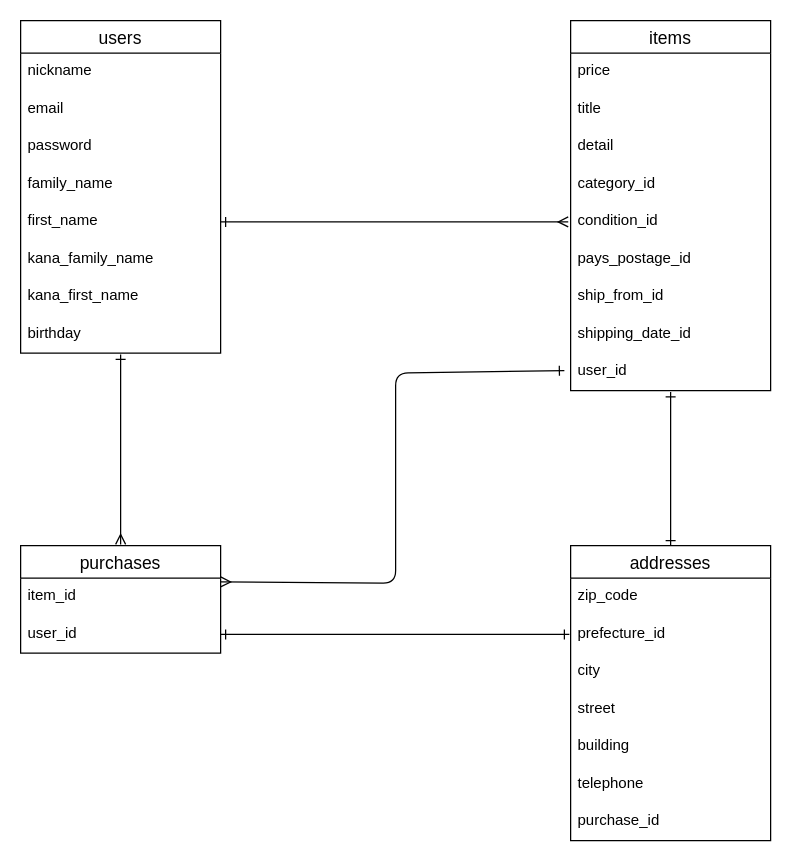
Above: ER.dio in absurpone/furima-34483 (draw.io), before the change. Source tidied: cells renumbered, new cells numbered last; positions are measured from the earlier drawing's top-left corner, leaving out a move shared by most shapes. Both pictures are drawn from the tidied source at 125%, with x=0, y=0 at pixel (20, 20).
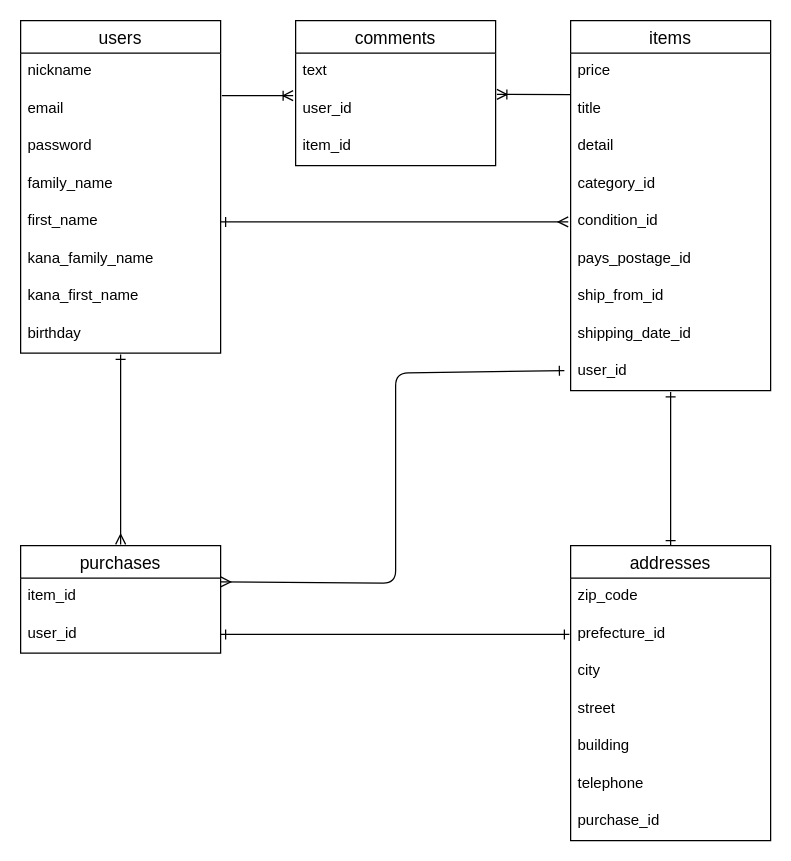
After the change.

Unchanged cells that the change refers to:
```xml
<mxCell id="15" value="title" style="text;strokeColor=none;fillColor=none;spacingLeft=4;spacingRight=4;overflow=hidden;points=[[0,0.5],[1,0.5]];portConstraint=eastwest;fontSize=12;" parent="13" vertex="1">
  <mxGeometry y="56" width="160" height="30" as="geometry" />
</mxCell>
```

The edit, as a diff of the source:
```diff
@@
+    <mxCell id="37" value="comments" style="swimlane;fontStyle=0;horizontal=1;startSize=26;align=center;fontSize=14;" parent="1" vertex="1">
+      <mxGeometry x="220" width="160" height="116" as="geometry" />
+    </mxCell>
+    <mxCell id="38" value="text" style="text;strokeColor=none;fillColor=none;spacingLeft=4;spacingRight=4;overflow=hidden;fontSize=12;" parent="37" vertex="1">
+      <mxGeometry y="26" width="160" height="30" as="geometry" />
+    </mxCell>
+    <mxCell id="39" value="user_id" style="text;strokeColor=none;fillColor=none;spacingLeft=4;spacingRight=4;overflow=hidden;fontSize=12;" parent="37" vertex="1">
+      <mxGeometry y="56" width="160" height="30" as="geometry" />
+    </mxCell>
+    <mxCell id="40" value="item_id" style="text;strokeColor=none;fillColor=none;spacingLeft=4;spacingRight=4;overflow=hidden;fontSize=12;" parent="37" vertex="1">
+      <mxGeometry y="86" width="160" height="30" as="geometry" />
+    </mxCell>
+    <mxCell id="41" style="edgeStyle=entityRelationEdgeStyle;fontSize=12;html=1;endArrow=ERoneToMany;" parent="1" edge="1">
+      <mxGeometry relative="1" as="geometry">
+        <mxPoint x="161" y="60" as="sourcePoint" />
+        <mxPoint x="218" y="60" as="targetPoint" />
+      </mxGeometry>
+    </mxCell>
+    <mxCell id="42" style="endArrow=none;html=1;rounded=0;entryX=0.001;entryY=0.106;entryDx=0;entryDy=0;entryPerimeter=0;startArrow=ERoneToMany;startFill=0;" parent="1" edge="1" target="15">
+      <mxGeometry relative="1" as="geometry">
+        <mxPoint x="381" y="59" as="sourcePoint" />
+      </mxGeometry>
+    </mxCell>
```
